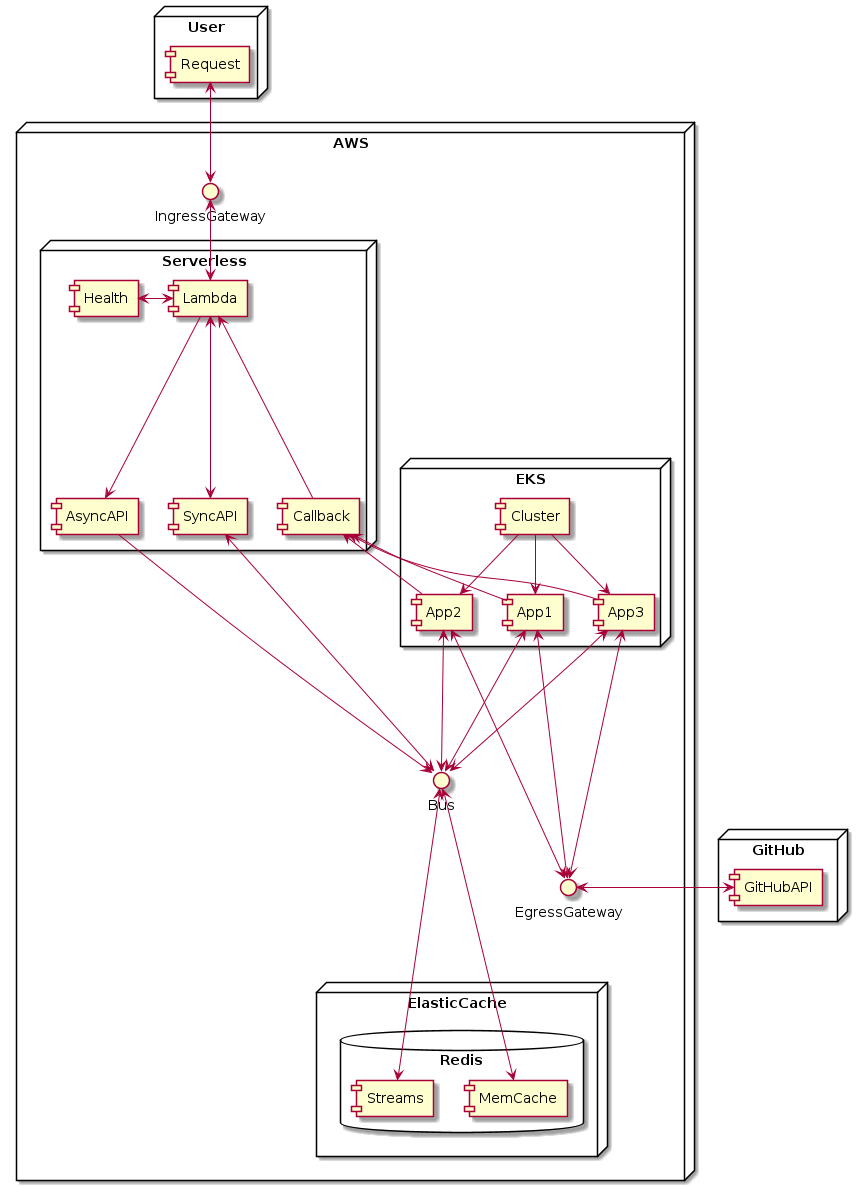
The PlantUML diagram arch/app.png in Jimmy1500/dss, before a commit.
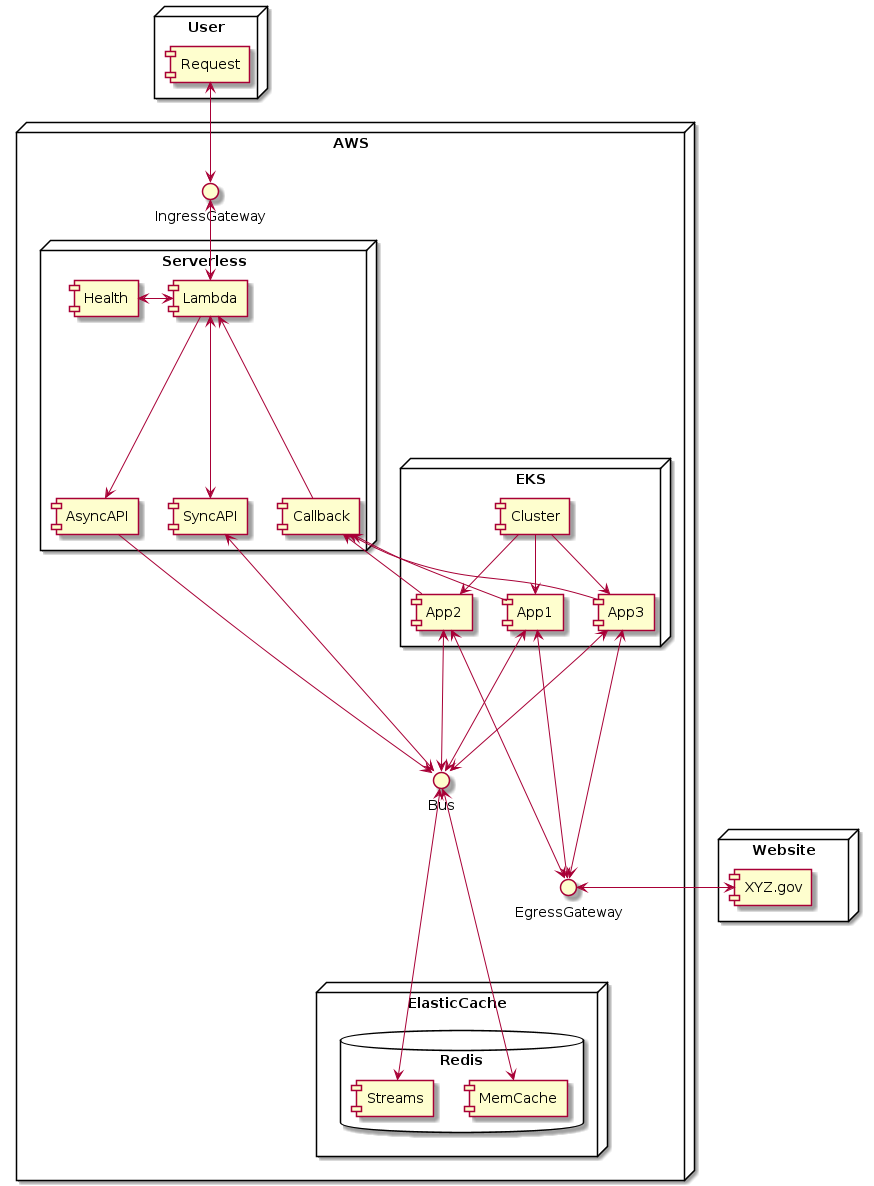
The same file after the commit.

Change to the diagram source:
```diff
@@ -5,8 +5,8 @@
     component Request
 }
 
-node GitHub{
-    component GitHubAPI
+node Website {
+    component XYZ.gov
 }
 
 node AWS {
@@ -37,10 +37,10 @@
 Request <-down-> IngressGateway
 Lambda  <-up-> IngressGateway
 
-Lambda <-left->  Health
-Lambda <--down-->  SyncAPI
-Lambda --down-->   AsyncAPI
-Lambda <--down--   Callback
+Lambda <-left->   Health
+Lambda <--down--> SyncAPI
+Lambda --down-->  AsyncAPI
+Lambda <--down--  Callback
 
 Cluster -down->  App1
 Cluster -down->  App2
@@ -56,7 +56,7 @@
 EgressGateway <--up--> App1
 EgressGateway <--up--> App2
 EgressGateway <--up--> App3
-GitHubAPI <-left-> EgressGateway
+XYZ.gov <-left-> EgressGateway
 
 Bus <--up->  App1
 Bus <--up->  App2
```
